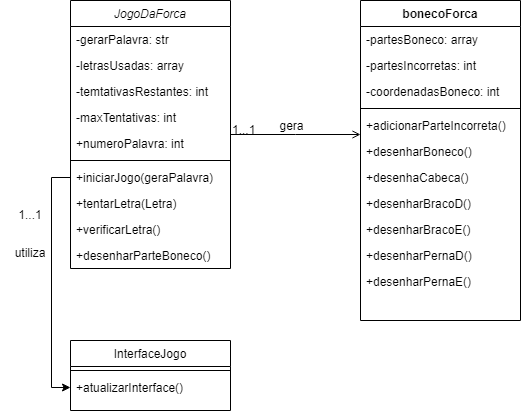
The draw.io diagram Diagrama de Classe.drawio.png in KalCastro/Jogo_da_Forca, before a commit. Source tidied: cells renumbered, new cells last; positions are measured from the earlier drawing's top-left corner, leaving out a move shared by most shapes.
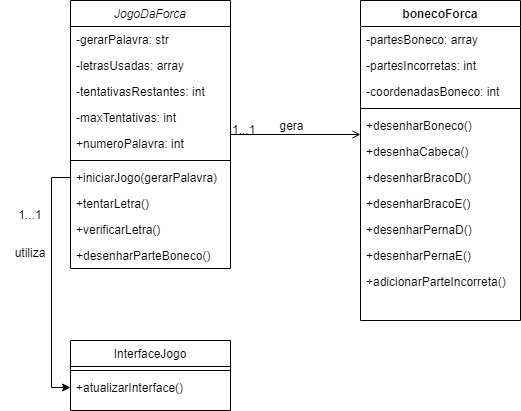
The same file after the commit.

What changed in the source:
```diff
@@ -11,7 +11,7 @@
     <mxCell id="4" value="-letrasUsadas: array" style="text;align=left;verticalAlign=top;spacingLeft=4;spacingRight=4;overflow=hidden;rounded=0;shadow=0;html=0;" parent="2" vertex="1">
       <mxGeometry y="52" width="160" height="26" as="geometry" />
     </mxCell>
-    <mxCell id="5" value="-temtativasRestantes: int" style="text;align=left;verticalAlign=top;spacingLeft=4;spacingRight=4;overflow=hidden;rounded=0;shadow=0;html=0;" parent="2" vertex="1">
+    <mxCell id="5" value="-tentativasRestantes: int" style="text;align=left;verticalAlign=top;spacingLeft=4;spacingRight=4;overflow=hidden;rounded=0;shadow=0;html=0;" parent="2" vertex="1">
       <mxGeometry y="78" width="160" height="26" as="geometry" />
     </mxCell>
     <mxCell id="6" value="-maxTentativas: int" style="text;align=left;verticalAlign=top;spacingLeft=4;spacingRight=4;overflow=hidden;rounded=0;shadow=0;html=0;" parent="2" vertex="1">
@@ -23,10 +23,10 @@
     <mxCell id="8" style="line;html=1;strokeWidth=1;align=left;verticalAlign=middle;spacingTop=-1;spacingLeft=3;spacingRight=3;labelPosition=right;" parent="2" vertex="1">
       <mxGeometry y="156" width="160" height="8" as="geometry" />
     </mxCell>
-    <mxCell id="9" value="+iniciarJogo(geraPalavra)" style="text;align=left;verticalAlign=top;spacingLeft=4;spacingRight=4;overflow=hidden;points=[[0,0.5],[1,0.5]];portConstraint=eastwest;" parent="2" vertex="1">
+    <mxCell id="9" value="+iniciarJogo(gerarPalavra)" style="text;align=left;verticalAlign=top;spacingLeft=4;spacingRight=4;overflow=hidden;points=[[0,0.5],[1,0.5]];portConstraint=eastwest;" parent="2" vertex="1">
       <mxGeometry y="164" width="160" height="26" as="geometry" />
     </mxCell>
-    <mxCell id="10" value="+tentarLetra(Letra)" style="text;align=left;verticalAlign=top;spacingLeft=4;spacingRight=4;overflow=hidden;" parent="2" vertex="1">
+    <mxCell id="10" value="+tentarLetra()" style="text;align=left;verticalAlign=top;spacingLeft=4;spacingRight=4;overflow=hidden;" parent="2" vertex="1">
       <mxGeometry y="190" width="160" height="26" as="geometry" />
     </mxCell>
     <mxCell id="11" value="+verificarLetra()" style="text;align=left;verticalAlign=top;spacingLeft=4;spacingRight=4;overflow=hidden;" parent="2" vertex="1">
@@ -59,27 +59,27 @@
     <mxCell id="20" style="line;html=1;strokeWidth=1;align=left;verticalAlign=middle;spacingTop=-1;spacingLeft=3;spacingRight=3;labelPosition=right;" parent="16" vertex="1">
       <mxGeometry y="104" width="160" height="8" as="geometry" />
     </mxCell>
-    <mxCell id="21" value="+adicionarParteIncorreta()" style="text;align=left;verticalAlign=top;spacingLeft=4;spacingRight=4;overflow=hidden;" parent="16" vertex="1">
-      <mxGeometry y="112" width="160" height="26" as="geometry" />
-    </mxCell>
     <mxCell id="22" value="+desenharBoneco()" style="text;align=left;verticalAlign=top;spacingLeft=4;spacingRight=4;overflow=hidden;rounded=0;shadow=0;html=0;" parent="16" vertex="1">
-      <mxGeometry y="138" width="160" height="26" as="geometry" />
+      <mxGeometry y="112" width="160" height="26" as="geometry" />
     </mxCell>
     <mxCell id="23" value="+desenhaCabeca()" style="text;align=left;verticalAlign=top;spacingLeft=4;spacingRight=4;overflow=hidden;rounded=0;shadow=0;html=0;" parent="16" vertex="1">
-      <mxGeometry y="164" width="160" height="26" as="geometry" />
+      <mxGeometry y="138" width="160" height="26" as="geometry" />
     </mxCell>
     <mxCell id="24" value="+desenharBracoD()" style="text;align=left;verticalAlign=top;spacingLeft=4;spacingRight=4;overflow=hidden;" parent="16" vertex="1">
-      <mxGeometry y="190" width="160" height="26" as="geometry" />
+      <mxGeometry y="164" width="160" height="26" as="geometry" />
     </mxCell>
     <mxCell id="25" value="+desenharBracoE()" style="text;align=left;verticalAlign=top;spacingLeft=4;spacingRight=4;overflow=hidden;" parent="16" vertex="1">
-      <mxGeometry y="216" width="160" height="26" as="geometry" />
+      <mxGeometry y="190" width="160" height="26" as="geometry" />
     </mxCell>
     <mxCell id="26" value="+desenharPernaD()" style="text;align=left;verticalAlign=top;spacingLeft=4;spacingRight=4;overflow=hidden;" parent="16" vertex="1">
-      <mxGeometry y="242" width="160" height="26" as="geometry" />
+      <mxGeometry y="216" width="160" height="26" as="geometry" />
     </mxCell>
     <mxCell id="27" value="+desenharPernaE()" style="text;align=left;verticalAlign=top;spacingLeft=4;spacingRight=4;overflow=hidden;" parent="16" vertex="1">
-      <mxGeometry y="268" width="160" height="26" as="geometry" />
+      <mxGeometry y="242" width="160" height="26" as="geometry" />
     </mxCell>
+    <mxCell id="21" value="+adicionarParteIncorreta()" style="text;align=left;verticalAlign=top;spacingLeft=4;spacingRight=4;overflow=hidden;" parent="16" vertex="1">
+      <mxGeometry y="268" width="160" height="26" as="geometry" />
+    </mxCell>
     <mxCell id="28" style="endArrow=open;shadow=0;strokeWidth=1;rounded=0;endFill=1;edgeStyle=elbowEdgeStyle;elbow=vertical;" parent="1" edge="1" source="2" target="16">
       <mxGeometry x="0.5" y="41" relative="1" as="geometry">
         <mxPoint x="-40" y="32" as="offset" />
```
